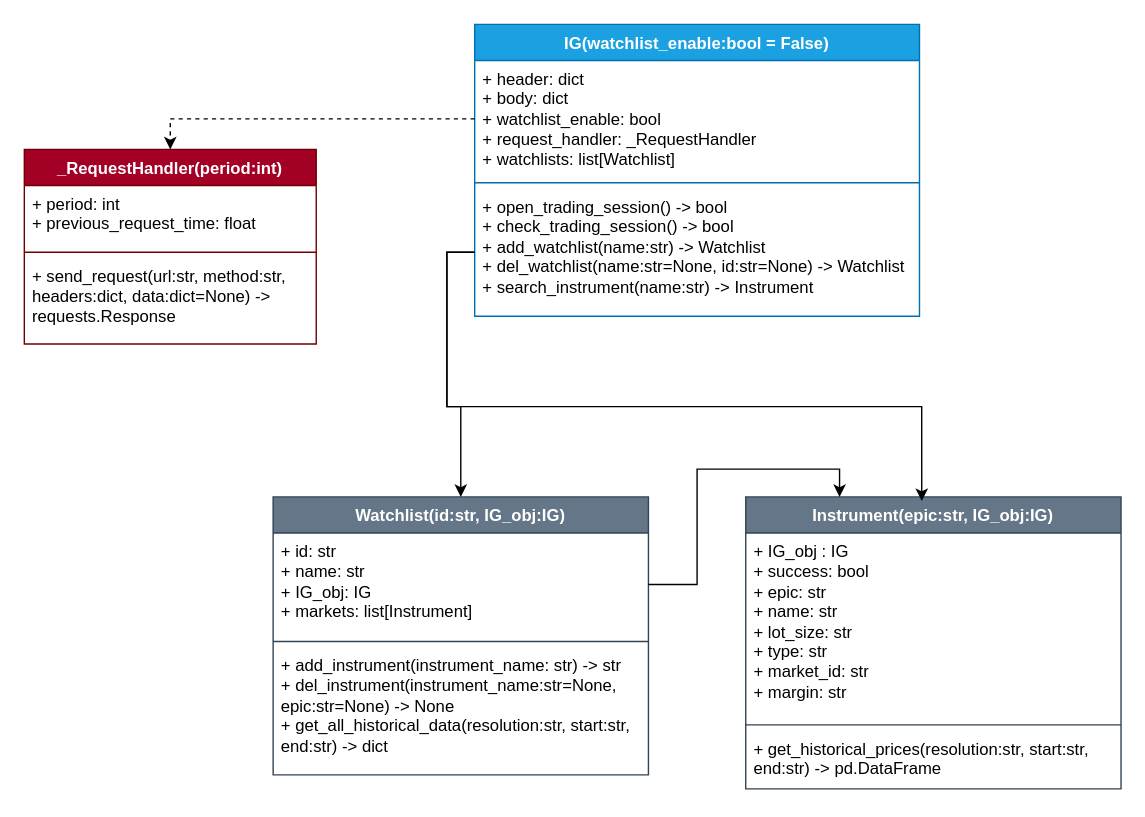
hnewey7/IG-Package keeps this draw.io diagram as images/class_diagram.drawio. Above is the earlier version. Source tidied: cells renumbered, new cells numbered last; positions are measured from the earlier drawing's top-left corner, leaving out a move shared by most shapes. Both pictures are drawn from the tidied source at 139%, with x=0, y=0 at pixel (24, 24).
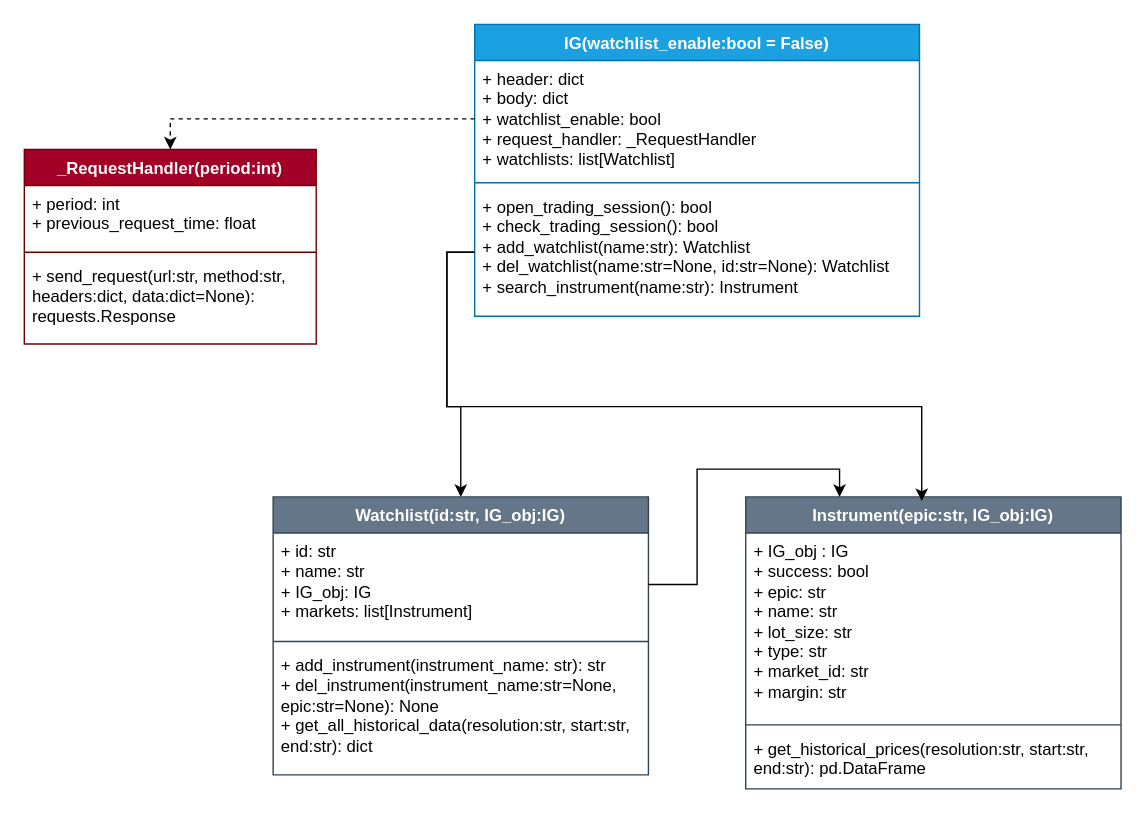
Above is the later version.

The change refers to these unchanged cells:
```xml
<mxCell id="2" value="IG(watchlist_enable:bool = False)" style="swimlane;fontStyle=1;align=center;verticalAlign=top;horizontal=1;startSize=26;whiteSpace=wrap;html=1;fillColor=#1ba1e2;strokeColor=#006EAF;fontColor=#ffffff;" parent="1" vertex="1">
  <mxGeometry x="324" width="320" height="210" as="geometry" />
</mxCell>
<mxCell id="6" value="_RequestHandler(period:int)" style="swimlane;fontStyle=1;align=center;verticalAlign=top;horizontal=1;startSize=26;whiteSpace=wrap;html=1;fillColor=#a20025;strokeColor=#6F0000;fontColor=#ffffff;" parent="1" vertex="1">
  <mxGeometry y="90" width="210" height="140" as="geometry" />
</mxCell>
<mxCell id="11" value="Watchlist(id:str, IG_obj:IG)" style="swimlane;fontStyle=1;align=center;verticalAlign=top;horizontal=1;startSize=26;whiteSpace=wrap;html=1;fillColor=#647687;fontColor=#ffffff;strokeColor=#314354;" parent="1" vertex="1">
  <mxGeometry x="179" y="340" width="270" height="200" as="geometry" />
</mxCell>
<mxCell id="15" value="Instrument(epic:str, IG_obj:IG)" style="swimlane;fontStyle=1;align=center;verticalAlign=top;horizontal=1;startSize=26;whiteSpace=wrap;html=1;fillColor=#647687;fontColor=#ffffff;strokeColor=#314354;" parent="1" vertex="1">
  <mxGeometry x="519" y="340" width="270" height="210" as="geometry" />
</mxCell>
```

What changed in the source:
```diff
@@
-    <mxCell id="5" value="+ open_trading_session() -&amp;gt; bool&lt;br&gt;+ check_trading_session() -&amp;gt; bool&lt;br&gt;+ add_watchlist(name:str) -&amp;gt; Watchlist&lt;br&gt;+ del_watchlist(name:str=None, id:str=None) -&amp;gt; Watchlist&lt;br&gt;+ search_instrument(name:str) -&amp;gt; Instrument" style="text;strokeColor=none;fillColor=none;align=left;verticalAlign=top;spacingLeft=4;spacingRight=4;overflow=hidden;points=[[0,0.5],[1,0.5]];portConstraint=eastwest;whiteSpace=wrap;html=1;" parent="2" vertex="1">
+    <mxCell id="5" value="+ open_trading_session(): bool&lt;br&gt;+ check_trading_session(): bool&lt;br&gt;+ add_watchlist(name:str): Watchlist&lt;br&gt;+ del_watchlist(name:str=None, id:str=None): Watchlist&lt;br&gt;+ search_instrument(name:str): Instrument" style="text;strokeColor=none;fillColor=none;align=left;verticalAlign=top;spacingLeft=4;spacingRight=4;overflow=hidden;points=[[0,0.5],[1,0.5]];portConstraint=eastwest;whiteSpace=wrap;html=1;" parent="2" vertex="1">
       <mxGeometry y="118" width="320" height="92" as="geometry" />
     </mxCell>
@@
-    <mxCell id="9" value="+ send_request(url:str, method:str, headers:dict, data:dict=None) -&amp;gt; requests.Response" style="text;strokeColor=none;fillColor=none;align=left;verticalAlign=top;spacingLeft=4;spacingRight=4;overflow=hidden;whiteSpace=wrap;html=1;" parent="6" vertex="1">
+    <mxCell id="9" value="+ send_request(url:str, method:str, headers:dict, data:dict=None): requests.Response" style="text;strokeColor=none;fillColor=none;align=left;verticalAlign=top;spacingLeft=4;spacingRight=4;overflow=hidden;whiteSpace=wrap;html=1;" parent="6" vertex="1">
       <mxGeometry y="78" width="210" height="62" as="geometry" />
     </mxCell>
@@
-    <mxCell id="14" value="+ add_instrument(instrument_name: str) -&amp;gt; str&lt;br&gt;+ del_instrument(instrument_name:str=None, epic:str=None) -&amp;gt; None&lt;br&gt;+ get_all_historical_data(resolution:str, start:str, end:str) -&amp;gt; dict" style="text;strokeColor=none;fillColor=none;align=left;verticalAlign=top;spacingLeft=4;spacingRight=4;overflow=hidden;whiteSpace=wrap;html=1;" parent="11" vertex="1">
+    <mxCell id="14" value="+ add_instrument(instrument_name: str): str&lt;br&gt;+ del_instrument(instrument_name:str=None, epic:str=None): None&lt;br&gt;+ get_all_historical_data(resolution:str, start:str, end:str): dict" style="text;strokeColor=none;fillColor=none;align=left;verticalAlign=top;spacingLeft=4;spacingRight=4;overflow=hidden;whiteSpace=wrap;html=1;" parent="11" vertex="1">
       <mxGeometry y="108" width="270" height="92" as="geometry" />
     </mxCell>
@@
-    <mxCell id="18" value="+ get_historical_prices(resolution:str, start:str, end:str) -&amp;gt; pd.DataFrame" style="text;strokeColor=none;fillColor=none;align=left;verticalAlign=top;spacingLeft=4;spacingRight=4;overflow=hidden;whiteSpace=wrap;html=1;" parent="15" vertex="1">
+    <mxCell id="18" value="+ get_historical_prices(resolution:str, start:str, end:str): pd.DataFrame" style="text;strokeColor=none;fillColor=none;align=left;verticalAlign=top;spacingLeft=4;spacingRight=4;overflow=hidden;whiteSpace=wrap;html=1;" parent="15" vertex="1">
       <mxGeometry y="168" width="270" height="42" as="geometry" />
     </mxCell>
```
